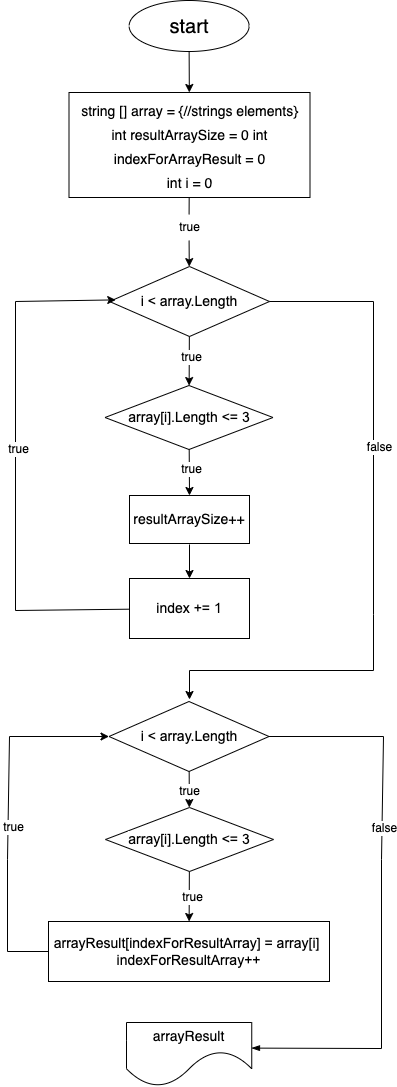
kurkinajulia/finalProject keeps this draw.io diagram as diagrama.drawio.png. Above is the earlier version. Source tidied: cells renumbered, new cells last; positions are measured from the earlier drawing's top-left corner, leaving out a move shared by most shapes.
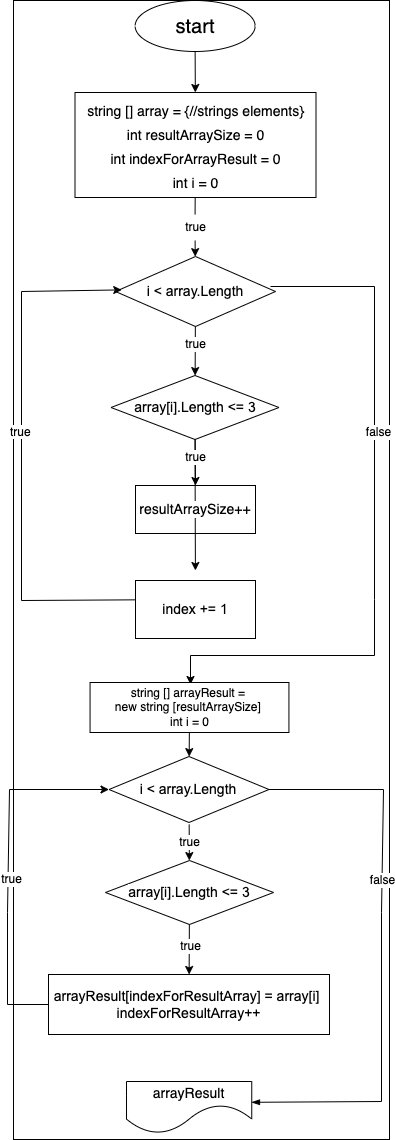
The same file after the commit.

The edit, as a diff of the source:
```diff
@@ -2,49 +2,58 @@
   <root>
     <mxCell id="0" />
     <mxCell id="1" parent="0" />
-    <mxCell id="2" style="group;strokeColor=none;" parent="1" vertex="1">
-      <mxGeometry width="376" height="1086" as="geometry" />
+    <mxCell id="2" style="group;strokeColor=default;" parent="1" vertex="1">
+      <mxGeometry width="376" height="1139" as="geometry" />
     </mxCell>
     <mxCell id="3" value="&lt;font color=&quot;#000000&quot; style=&quot;font-size: 20px;&quot;&gt;start&lt;/font&gt;" style="ellipse;whiteSpace=wrap;html=1;fillColor=none;gradientColor=default;strokeColor=#000000;" parent="2" vertex="1">
       <mxGeometry x="121.6" width="120" height="51" as="geometry" />
     </mxCell>
-    <mxCell id="4" value="&lt;font color=&quot;#000000&quot; style=&quot;font-size: 14px;&quot;&gt;&lt;span style=&quot;font-family: Helvetica; font-style: normal; font-variant-ligatures: normal; font-variant-caps: normal; font-weight: 400; letter-spacing: normal; orphans: 2; text-align: center; text-indent: 0px; text-transform: none; widows: 2; word-spacing: 0px; -webkit-text-stroke-width: 0px; text-decoration-thickness: initial; text-decoration-style: initial; text-decoration-color: initial; float: none; display: inline !important;&quot;&gt;string [] array = {//strings elements}&lt;br&gt;int resultArraySize = 0 int&lt;/span&gt;&lt;br style=&quot;border-color: rgb(0, 0, 0); font-family: Helvetica; font-style: normal; font-variant-ligatures: normal; font-variant-caps: normal; font-weight: 400; letter-spacing: normal; orphans: 2; text-align: center; text-indent: 0px; text-transform: none; widows: 2; word-spacing: 0px; -webkit-text-stroke-width: 0px; text-decoration-thickness: initial; text-decoration-style: initial; text-decoration-color: initial;&quot;&gt;&lt;span style=&quot;font-family: Helvetica; font-style: normal; font-variant-ligatures: normal; font-variant-caps: normal; font-weight: 400; letter-spacing: normal; orphans: 2; text-align: center; text-indent: 0px; text-transform: none; widows: 2; word-spacing: 0px; -webkit-text-stroke-width: 0px; text-decoration-thickness: initial; text-decoration-style: initial; text-decoration-color: initial; float: none; display: inline !important;&quot;&gt;indexForArrayResult = 0&lt;/span&gt;&lt;br style=&quot;border-color: rgb(0, 0, 0); font-family: Helvetica; font-style: normal; font-variant-ligatures: normal; font-variant-caps: normal; font-weight: 400; letter-spacing: normal; orphans: 2; text-align: center; text-indent: 0px; text-transform: none; widows: 2; word-spacing: 0px; -webkit-text-stroke-width: 0px; text-decoration-thickness: initial; text-decoration-style: initial; text-decoration-color: initial;&quot;&gt;&lt;span style=&quot;font-family: Helvetica; font-style: normal; font-variant-ligatures: normal; font-variant-caps: normal; font-weight: 400; letter-spacing: normal; orphans: 2; text-align: center; text-indent: 0px; text-transform: none; widows: 2; word-spacing: 0px; -webkit-text-stroke-width: 0px; text-decoration-thickness: initial; text-decoration-style: initial; text-decoration-color: initial; float: none; display: inline !important;&quot;&gt;int i = 0&lt;/span&gt;&lt;/font&gt;" style="rounded=0;whiteSpace=wrap;html=1;fontSize=20;fillColor=none;gradientColor=default;strokeColor=#000000;" parent="2" vertex="1">
+    <mxCell id="4" value="&lt;font color=&quot;#000000&quot; style=&quot;font-size: 14px;&quot;&gt;&lt;span style=&quot;font-family: Helvetica; font-style: normal; font-variant-ligatures: normal; font-variant-caps: normal; font-weight: 400; letter-spacing: normal; orphans: 2; text-align: center; text-indent: 0px; text-transform: none; widows: 2; word-spacing: 0px; -webkit-text-stroke-width: 0px; text-decoration-thickness: initial; text-decoration-style: initial; text-decoration-color: initial; float: none; display: inline !important;&quot;&gt;string [] array = {//strings elements}&lt;br&gt;int resultArraySize = 0&lt;br&gt;int&amp;nbsp;&lt;/span&gt;&lt;span style=&quot;font-family: Helvetica; font-style: normal; font-variant-ligatures: normal; font-variant-caps: normal; font-weight: 400; letter-spacing: normal; orphans: 2; text-align: center; text-indent: 0px; text-transform: none; widows: 2; word-spacing: 0px; -webkit-text-stroke-width: 0px; text-decoration-thickness: initial; text-decoration-style: initial; text-decoration-color: initial; float: none; display: inline !important;&quot;&gt;indexForArrayResult = 0&lt;/span&gt;&lt;br style=&quot;border-color: rgb(0, 0, 0); font-family: Helvetica; font-style: normal; font-variant-ligatures: normal; font-variant-caps: normal; font-weight: 400; letter-spacing: normal; orphans: 2; text-align: center; text-indent: 0px; text-transform: none; widows: 2; word-spacing: 0px; -webkit-text-stroke-width: 0px; text-decoration-thickness: initial; text-decoration-style: initial; text-decoration-color: initial;&quot;&gt;&lt;span style=&quot;font-family: Helvetica; font-style: normal; font-variant-ligatures: normal; font-variant-caps: normal; font-weight: 400; letter-spacing: normal; orphans: 2; text-align: center; text-indent: 0px; text-transform: none; widows: 2; word-spacing: 0px; -webkit-text-stroke-width: 0px; text-decoration-thickness: initial; text-decoration-style: initial; text-decoration-color: initial; float: none; display: inline !important;&quot;&gt;int i = 0&lt;/span&gt;&lt;/font&gt;" style="rounded=0;whiteSpace=wrap;html=1;fontSize=20;fillColor=none;gradientColor=default;strokeColor=#000000;" parent="2" vertex="1">
       <mxGeometry x="61.5" y="92" width="241" height="105" as="geometry" />
     </mxCell>
     <mxCell id="5" style="edgeStyle=none;html=1;strokeColor=#000000;" parent="2" edge="1" source="3" target="4">
       <mxGeometry relative="1" as="geometry" />
     </mxCell>
     <mxCell id="6" value="&lt;span style=&quot;font-family: &amp;quot;YS Text&amp;quot;, arial, helvetica, sans-serif; text-align: start;&quot;&gt;&lt;font color=&quot;#000000&quot; style=&quot;font-size: 14px;&quot;&gt;i &amp;lt; array.Length&lt;/font&gt;&lt;/span&gt;" style="rhombus;whiteSpace=wrap;html=1;fontSize=14;fillColor=#FFFFFF;strokeColor=#000000;" parent="2" vertex="1">
-      <mxGeometry x="102" y="266" width="160" height="70" as="geometry" />
+      <mxGeometry x="102" y="256" width="160" height="70" as="geometry" />
     </mxCell>
     <mxCell id="7" value="&lt;span style=&quot;font-family: &amp;quot;YS Text&amp;quot;, arial, helvetica, sans-serif; text-align: start;&quot;&gt;&lt;font color=&quot;#000000&quot; style=&quot;font-size: 14px;&quot;&gt;array[i].Length &amp;lt;= 3&lt;/font&gt;&lt;/span&gt;" style="rhombus;whiteSpace=wrap;html=1;fontSize=14;labelBackgroundColor=none;fontColor=#FFFFFF;strokeColor=#000000;fillColor=#FFFFFF;" parent="2" vertex="1">
-      <mxGeometry x="97.5" y="385" width="168" height="64" as="geometry" />
+      <mxGeometry x="97.5" y="375" width="168" height="64" as="geometry" />
     </mxCell>
-    <mxCell id="8" style="edgeStyle=none;html=1;fontSize=14;fontColor=#FFFFFF;strokeColor=#000000;" parent="2" edge="1" source="6" target="7">
-      <mxGeometry relative="1" as="geometry" />
+    <mxCell id="8" style="edgeStyle=none;html=1;fontSize=14;fontColor=#FFFFFF;strokeColor=#000000;" parent="2" edge="1">
+      <mxGeometry relative="1" as="geometry">
+        <mxPoint x="181.8" y="325.9" as="sourcePoint" />
+        <mxPoint x="181.6" y="375.1" as="targetPoint" />
+      </mxGeometry>
     </mxCell>
     <mxCell id="9" value="&lt;font style=&quot;background-color: rgb(255, 255, 255);&quot; color=&quot;#000000&quot;&gt;true&lt;/font&gt;" style="edgeLabel;html=1;align=center;verticalAlign=middle;fontSize=12;fontColor=#FFFFFF;" parent="8" vertex="1">
       <mxGeometry x="-0.06" y="7" relative="1" as="geometry">
         <mxPoint x="-7" y="-5" as="offset" />
       </mxGeometry>
     </mxCell>
-    <mxCell id="10" style="edgeStyle=none;html=1;fontSize=12;fontColor=#FFFFFF;strokeColor=#000000;entryX=0.5;entryY=0;entryDx=0;entryDy=0;" parent="2" edge="1" source="7" target="30">
-      <mxGeometry relative="1" as="geometry" />
+    <mxCell id="10" style="edgeStyle=none;html=1;fontSize=12;fontColor=#FFFFFF;strokeColor=#000000;entryX=0.5;entryY=0;entryDx=0;entryDy=0;" parent="2" edge="1">
+      <mxGeometry relative="1" as="geometry">
+        <mxPoint x="181.7" y="438.9" as="sourcePoint" />
+        <mxPoint x="182" y="485" as="targetPoint" />
+      </mxGeometry>
     </mxCell>
-    <mxCell id="11" style="edgeStyle=none;html=1;fontSize=12;fontColor=#FFFFFF;entryX=0.039;entryY=0.477;entryDx=0;entryDy=0;entryPerimeter=0;strokeColor=#000000;rounded=0;" parent="2" edge="1" source="12" target="6">
+    <mxCell id="11" style="edgeStyle=none;html=1;fontSize=12;fontColor=#FFFFFF;entryX=0.039;entryY=0.477;entryDx=0;entryDy=0;entryPerimeter=0;strokeColor=#000000;rounded=0;" parent="2" edge="1">
       <mxGeometry relative="1" as="geometry">
+        <mxPoint x="122" y="599.3" as="sourcePoint" />
+        <mxPoint x="108.2" y="289.4" as="targetPoint" />
         <Array as="points">
-          <mxPoint x="8" y="610" />
-          <mxPoint x="8" y="301" />
+          <mxPoint x="8" y="600" />
+          <mxPoint x="8" y="291" />
         </Array>
       </mxGeometry>
     </mxCell>
     <mxCell id="12" value="&lt;span style=&quot;font-family: &amp;quot;YS Text&amp;quot;, arial, helvetica, sans-serif; text-align: start;&quot;&gt;&lt;font color=&quot;#000000&quot; style=&quot;font-size: 14px;&quot;&gt;index += 1&lt;/font&gt;&lt;/span&gt;" style="rounded=0;whiteSpace=wrap;html=1;labelBackgroundColor=none;fontSize=14;fontColor=#FFFFFF;fillColor=#FFFFFF;strokeColor=#000000;" parent="2" vertex="1">
-      <mxGeometry x="122" y="578" width="120" height="60" as="geometry" />
+      <mxGeometry x="122" y="580" width="120" height="58" as="geometry" />
     </mxCell>
-    <mxCell id="13" style="edgeStyle=none;html=1;fontSize=12;fontColor=#FFFFFF;strokeColor=#000000;" parent="2" edge="1" target="12">
+    <mxCell id="13" style="edgeStyle=none;html=1;fontSize=12;fontColor=#FFFFFF;strokeColor=#000000;exitX=0.5;exitY=1;exitDx=0;exitDy=0;" parent="2" edge="1">
       <mxGeometry relative="1" as="geometry">
-        <mxPoint x="182" y="544" as="sourcePoint" />
+        <mxPoint x="181.5" y="439" as="sourcePoint" />
+        <mxPoint x="181.9" y="570" as="targetPoint" />
       </mxGeometry>
     </mxCell>
     <mxCell id="14" style="edgeStyle=none;html=1;fontSize=14;endArrow=none;strokeColor=#000000;" parent="2" edge="1" source="4" target="15">
@@ -56,14 +65,15 @@
     <mxCell id="16" style="edgeStyle=none;html=1;fontSize=14;startArrow=none;strokeColor=#000000;" parent="2" edge="1" source="15" target="6">
       <mxGeometry relative="1" as="geometry" />
     </mxCell>
-    <mxCell id="17" style="edgeStyle=none;html=1;fontSize=12;fontColor=#FFFFFF;exitX=1;exitY=0.5;exitDx=0;exitDy=0;strokeColor=#000000;rounded=0;" parent="2" edge="1" source="6">
+    <mxCell id="17" style="edgeStyle=none;html=1;fontSize=12;fontColor=#FFFFFF;exitX=1;exitY=0.5;exitDx=0;exitDy=0;strokeColor=#000000;rounded=0;" parent="2" edge="1">
       <mxGeometry relative="1" as="geometry">
-        <mxPoint x="182" y="699" as="targetPoint" />
+        <mxPoint x="257" y="286" as="sourcePoint" />
+        <mxPoint x="177" y="684" as="targetPoint" />
         <Array as="points">
-          <mxPoint x="366" y="301" />
-          <mxPoint x="366" y="614" />
-          <mxPoint x="366" y="670" />
-          <mxPoint x="182" y="670" />
+          <mxPoint x="361" y="286" />
+          <mxPoint x="361" y="599" />
+          <mxPoint x="361" y="655" />
+          <mxPoint x="177" y="655" />
         </Array>
       </mxGeometry>
     </mxCell>
@@ -71,16 +81,18 @@
       <mxGeometry x="-0.27" y="4" relative="1" as="geometry" />
     </mxCell>
     <mxCell id="19" value="&lt;span style=&quot;color: rgb(0, 0, 0); font-family: &amp;quot;YS Text&amp;quot;, arial, helvetica, sans-serif; text-align: start; background-color: rgb(255, 255, 255);&quot;&gt;i &amp;lt; array.Length&lt;/span&gt;" style="rhombus;whiteSpace=wrap;html=1;fontSize=14;fillColor=#FFFFFF;strokeColor=#000000;" parent="2" vertex="1">
-      <mxGeometry x="101.5" y="701" width="160" height="70" as="geometry" />
+      <mxGeometry x="95.5" y="756" width="160" height="66" as="geometry" />
     </mxCell>
     <mxCell id="20" value="&lt;span style=&quot;font-family: &amp;quot;YS Text&amp;quot;, arial, helvetica, sans-serif; text-align: start; background-color: rgb(255, 255, 255);&quot;&gt;&lt;font color=&quot;#000000&quot; style=&quot;font-size: 14px;&quot;&gt;array[i].Length &amp;lt;= 3&lt;/font&gt;&lt;/span&gt;" style="rhombus;whiteSpace=wrap;html=1;fontSize=14;labelBackgroundColor=none;fontColor=#FFFFFF;fillColor=none;strokeColor=#000000;" parent="2" vertex="1">
-      <mxGeometry x="98" y="807" width="168" height="64" as="geometry" />
+      <mxGeometry x="92" y="860" width="168" height="64" as="geometry" />
     </mxCell>
-    <mxCell id="21" value="&lt;span style=&quot;background-color: rgb(255, 255, 255);&quot;&gt;&lt;font color=&quot;#000000&quot;&gt;true&lt;/font&gt;&lt;/span&gt;" style="edgeStyle=none;html=1;fontSize=12;fontColor=#FFFFFF;strokeColor=#000000;" parent="2" edge="1" source="19" target="20">
-      <mxGeometry relative="1" as="geometry" />
+    <mxCell id="21" value="&lt;span style=&quot;background-color: rgb(255, 255, 255);&quot;&gt;&lt;font color=&quot;#000000&quot;&gt;true&lt;/font&gt;&lt;/span&gt;" style="edgeStyle=none;html=1;fontSize=12;fontColor=#FFFFFF;strokeColor=#000000;" parent="2" edge="1" target="20">
+      <mxGeometry relative="1" as="geometry">
+        <mxPoint x="175.7" y="823.9" as="sourcePoint" />
+      </mxGeometry>
     </mxCell>
     <mxCell id="22" value="&lt;span style=&quot;font-family: &amp;quot;YS Text&amp;quot;, arial, helvetica, sans-serif; text-align: start;&quot;&gt;&lt;font color=&quot;#000000&quot; style=&quot;font-size: 14px;&quot;&gt;arrayResult[indexForResultArray] = array[i] &lt;br&gt;indexForResultArray++&lt;/font&gt;&lt;/span&gt;" style="rounded=0;whiteSpace=wrap;html=1;labelBackgroundColor=none;fontSize=14;fontColor=#FFFFFF;strokeColor=#000000;fillColor=none;" parent="2" vertex="1">
-      <mxGeometry x="41" y="921" width="281" height="60" as="geometry" />
+      <mxGeometry x="35" y="974" width="281" height="60" as="geometry" />
     </mxCell>
     <mxCell id="23" style="edgeStyle=none;html=1;fontSize=12;fontColor=#FFFFFF;strokeColor=#000000;" parent="2" edge="1" source="20" target="22">
       <mxGeometry relative="1" as="geometry" />
@@ -88,13 +100,14 @@
     <mxCell id="24" value="&lt;span style=&quot;background-color: rgb(255, 255, 255);&quot;&gt;&lt;font color=&quot;#000000&quot;&gt;true&lt;/font&gt;&lt;/span&gt;" style="edgeLabel;html=1;align=center;verticalAlign=middle;fontSize=12;fontColor=#FFFFFF;" parent="23" vertex="1">
       <mxGeometry x="-0.11" y="1" relative="1" as="geometry" />
     </mxCell>
-    <mxCell id="25" style="edgeStyle=none;html=1;fontSize=12;fontColor=#FFFFFF;exitX=0;exitY=0.5;exitDx=0;exitDy=0;entryX=0;entryY=0.5;entryDx=0;entryDy=0;strokeColor=#000000;rounded=0;" parent="2" edge="1" source="22" target="19">
+    <mxCell id="25" style="edgeStyle=none;html=1;fontSize=12;fontColor=#FFFFFF;exitX=0;exitY=0.5;exitDx=0;exitDy=0;entryX=0;entryY=0.5;entryDx=0;entryDy=0;strokeColor=#000000;rounded=0;" parent="2" edge="1" source="22">
       <mxGeometry relative="1" as="geometry">
+        <mxPoint x="95.5" y="789" as="targetPoint" />
         <Array as="points">
-          <mxPoint y="951" />
-          <mxPoint y="859" />
-          <mxPoint x="2" y="736" />
-          <mxPoint x="95" y="736" />
+          <mxPoint x="-6" y="1004" />
+          <mxPoint x="-6" y="912" />
+          <mxPoint x="-4" y="789" />
+          <mxPoint x="89" y="789" />
         </Array>
       </mxGeometry>
     </mxCell>
@@ -103,12 +116,13 @@
         <mxPoint x="5" y="1" as="offset" />
       </mxGeometry>
     </mxCell>
-    <mxCell id="27" style="edgeStyle=none;html=1;fontSize=12;fontColor=#FFFFFF;endArrow=none;endFill=0;entryX=1;entryY=0.5;entryDx=0;entryDy=0;exitX=0.998;exitY=0.4;exitDx=0;exitDy=0;exitPerimeter=0;strokeColor=#000000;rounded=0;startArrow=blockThin;startFill=1;" parent="2" edge="1" source="29" target="19">
+    <mxCell id="27" style="edgeStyle=none;html=1;fontSize=12;fontColor=#FFFFFF;endArrow=none;endFill=0;entryX=1;entryY=0.5;entryDx=0;entryDy=0;exitX=0.998;exitY=0.4;exitDx=0;exitDy=0;exitPerimeter=0;strokeColor=#000000;rounded=0;startArrow=blockThin;startFill=1;" parent="2" edge="1" source="29">
       <mxGeometry relative="1" as="geometry">
+        <mxPoint x="255.5" y="789" as="targetPoint" />
         <Array as="points">
-          <mxPoint x="374" y="1048" />
-          <mxPoint x="374" y="859" />
-          <mxPoint x="376" y="736" />
+          <mxPoint x="368" y="1101" />
+          <mxPoint x="368" y="912" />
+          <mxPoint x="370" y="789" />
         </Array>
       </mxGeometry>
     </mxCell>
@@ -116,20 +130,24 @@
       <mxGeometry x="0.26" relative="1" as="geometry" />
     </mxCell>
     <mxCell id="29" value="&lt;span style=&quot;font-family: Helvetica; font-style: normal; font-variant-ligatures: normal; font-variant-caps: normal; font-weight: 400; letter-spacing: normal; orphans: 2; text-align: center; text-indent: 0px; text-transform: none; widows: 2; word-spacing: 0px; -webkit-text-stroke-width: 0px; text-decoration-thickness: initial; text-decoration-style: initial; text-decoration-color: initial; float: none; display: inline !important;&quot;&gt;&lt;font color=&quot;#000000&quot; style=&quot;font-size: 14px;&quot;&gt;arrayResult&lt;/font&gt;&lt;/span&gt;" style="shape=document;whiteSpace=wrap;html=1;boundedLbl=1;labelBackgroundColor=none;fontSize=12;fontColor=#FFFFFF;size=0.5534290271132369;fillColor=none;strokeColor=#000000;" parent="2" vertex="1">
-      <mxGeometry x="119" y="1022" width="125.2" height="64" as="geometry" />
+      <mxGeometry x="113" y="1081" width="125.2" height="52" as="geometry" />
     </mxCell>
     <mxCell id="30" value="resultArraySize++" style="rounded=0;whiteSpace=wrap;html=1;labelBackgroundColor=#FFFFFF;strokeColor=#000000;fontSize=14;fontColor=#000000;fillColor=none;" parent="2" vertex="1">
-      <mxGeometry x="122" y="495" width="120" height="48" as="geometry" />
+      <mxGeometry x="122" y="485" width="120" height="48" as="geometry" />
     </mxCell>
     <mxCell id="31" value="&lt;font style=&quot;background-color: rgb(255, 255, 255);&quot; color=&quot;#000000&quot;&gt;true&lt;/font&gt;" style="edgeLabel;html=1;align=center;verticalAlign=middle;fontSize=12;fontColor=#FFFFFF;" parent="2" vertex="1">
-      <mxGeometry x="197" y="366" as="geometry">
+      <mxGeometry x="197" y="356" as="geometry">
         <mxPoint x="-15" y="101" as="offset" />
       </mxGeometry>
     </mxCell>
+    <mxCell id="33" style="edgeStyle=none;html=1;strokeColor=#000000;" parent="2" edge="1" source="34" target="19">
+      <mxGeometry relative="1" as="geometry" />
+    </mxCell>
+    <mxCell id="34" value="&lt;font color=&quot;#000000&quot;&gt;string [] arrayResult = &lt;br&gt;new string [resultArraySize] &lt;br&gt;int i = 0&lt;/font&gt;" style="rounded=0;whiteSpace=wrap;html=1;labelBackgroundColor=#FFFFFF;fillColor=#FFFFFF;strokeColor=#000000;" parent="2" vertex="1">
+      <mxGeometry x="76.6" y="682" width="198.9" height="50" as="geometry" />
+    </mxCell>
-    <mxCell id="32" value="&lt;font style=&quot;background-color: rgb(255, 255, 255);&quot; color=&quot;#000000&quot;&gt;true&lt;/font&gt;" style="edgeLabel;html=1;align=center;verticalAlign=middle;fontSize=12;fontColor=#FFFFFF;" parent="2" vertex="1">
-      <mxGeometry x="13" y="708" as="geometry">
-        <mxPoint x="-4" y="-261" as="offset" />
-      </mxGeometry>
+    <mxCell id="32" value="&lt;span style=&quot;color: rgb(0, 0, 0); font-family: Helvetica; font-size: 12px; font-style: normal; font-variant-ligatures: normal; font-variant-caps: normal; font-weight: 400; letter-spacing: normal; orphans: 2; text-align: center; text-indent: 0px; text-transform: none; widows: 2; word-spacing: 0px; -webkit-text-stroke-width: 0px; background-color: rgb(255, 255, 255); text-decoration-thickness: initial; text-decoration-style: initial; text-decoration-color: initial; float: none; display: inline !important;&quot;&gt;true&lt;/span&gt;" style="text;whiteSpace=wrap;html=1;" parent="2" vertex="1">
+      <mxGeometry x="-5" y="418" width="53" height="36" as="geometry" />
     </mxCell>
   </root>
 </mxGraphModel>
```
